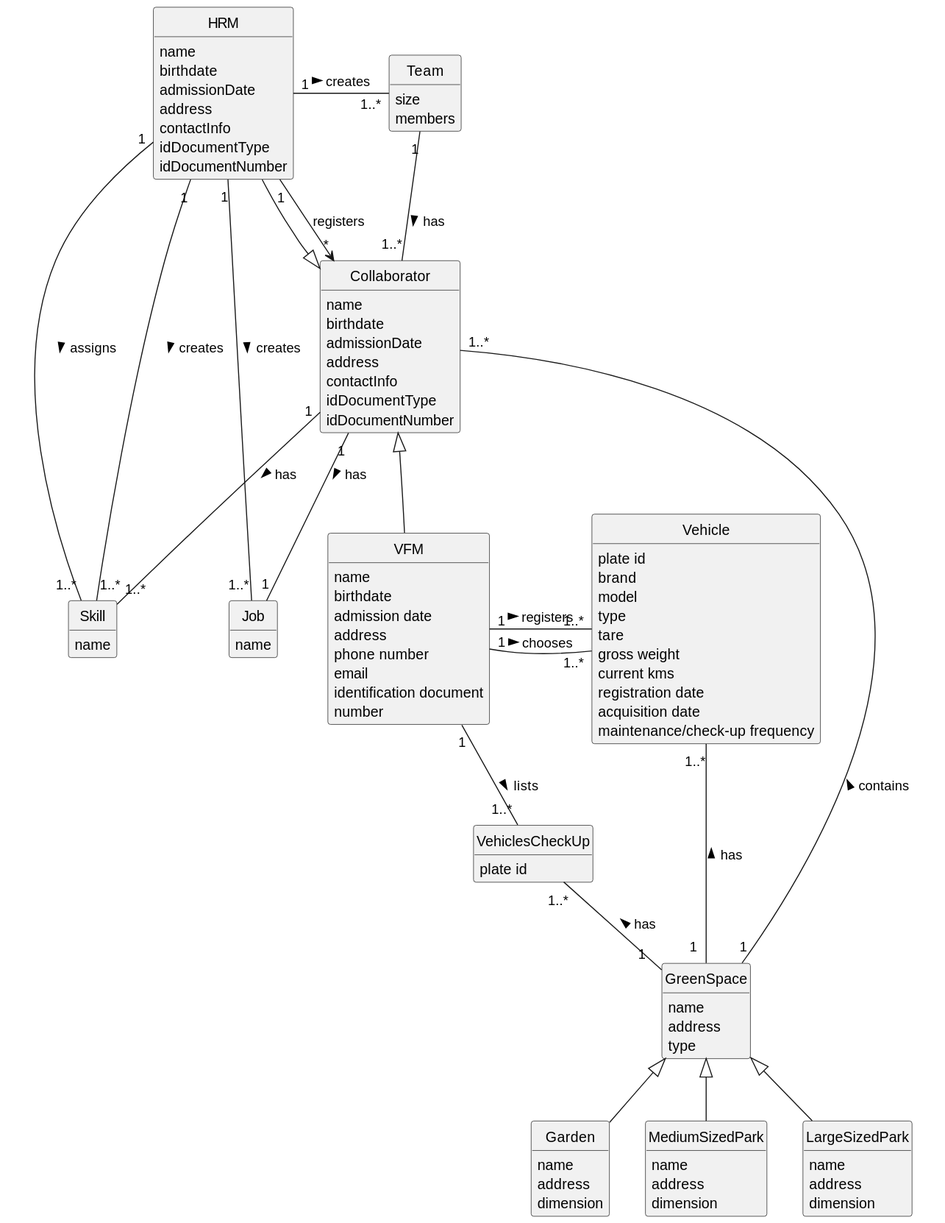
This is docs/sprintA/global-artifacts/02.analysis/svg/project-domain-model.svg from diogoveirospro/lei-24-s2-1dg-g072, a PlantUML export, as it was before one commit.
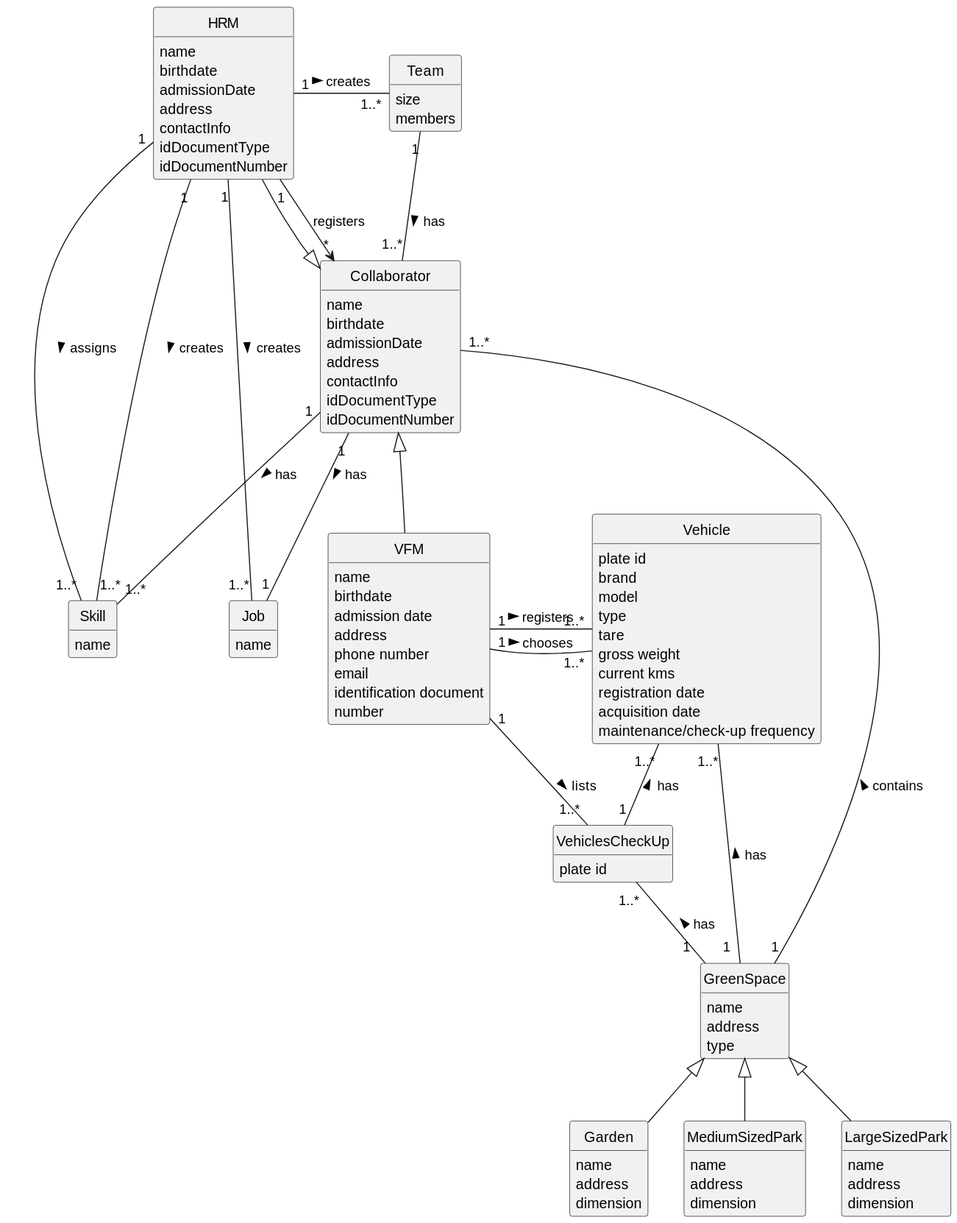
The same file after the commit.

What changed in the source:
```diff
@@ -124,4 +124,5 @@
 
 VFM "1" -- "1..*" VehiclesCheckUp: lists >
 VehiclesCheckUp "1..*" -- "1  " GreenSpace: has <
+Vehicle "1..*" -- "1" VehiclesCheckUp: has <
 @enduml
```
